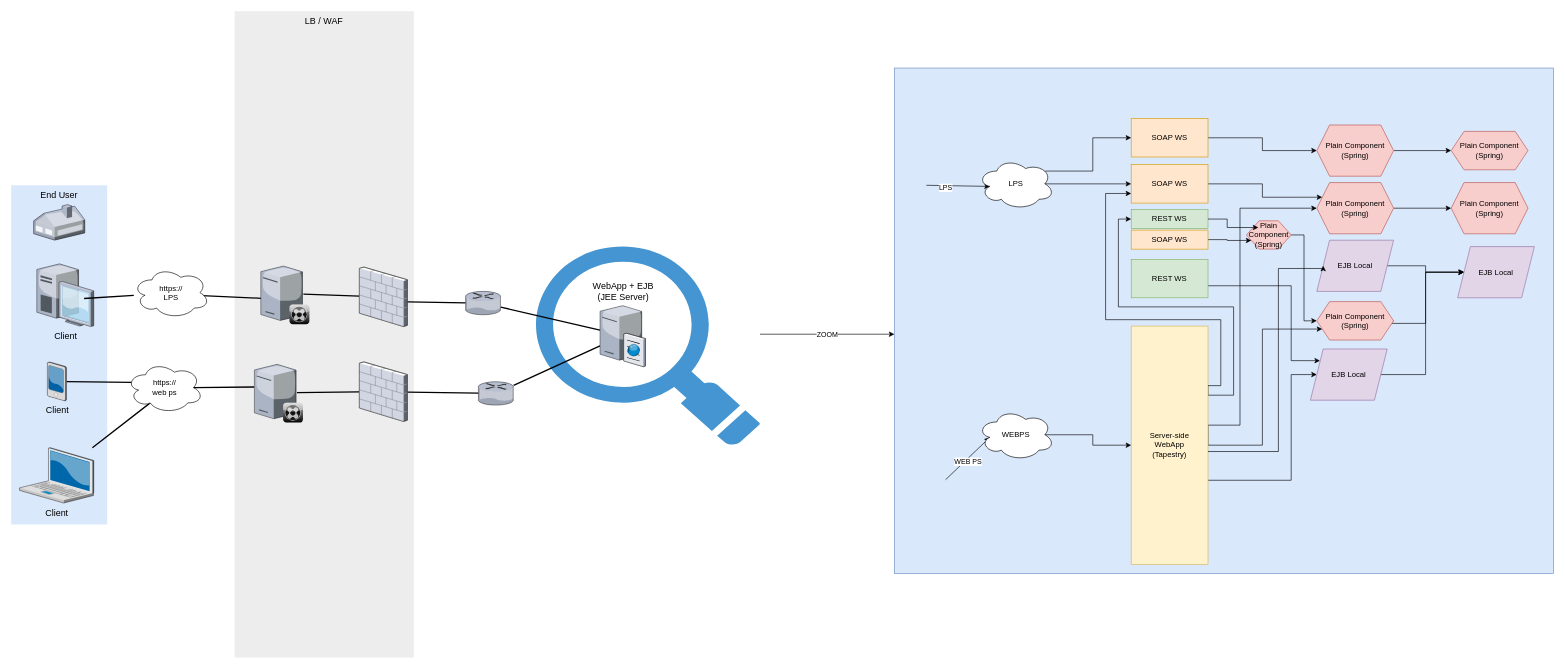
YannRobert/draw.io keeps this draw.io diagram as v2 transformation etape 3.drawio. Above is the earlier version. Source tidied: cells renumbered, new cells numbered last; positions are measured from the earlier drawing's top-left corner, leaving out a move shared by most shapes. Both pictures are drawn from the tidied source at 64%, with x=0, y=0 at pixel (11, 11).
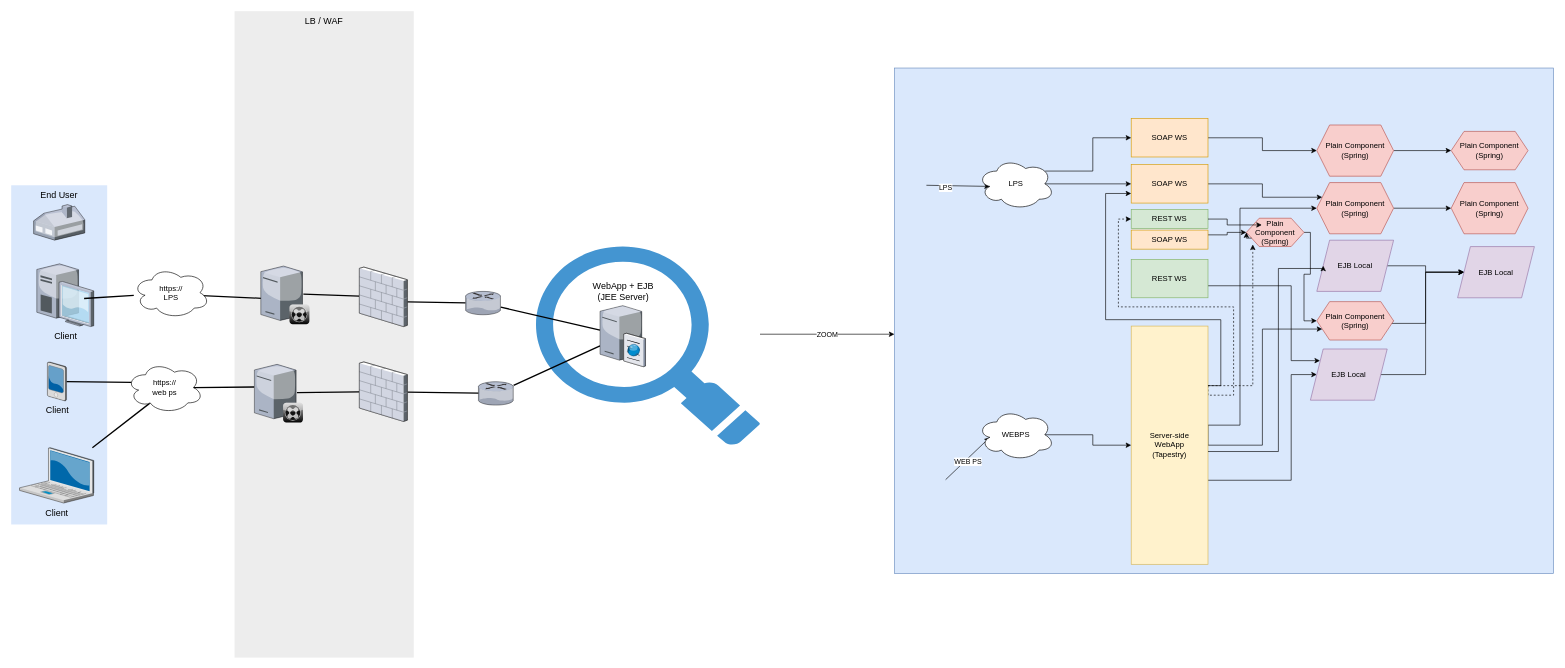
The same page after the edit.

Commit message:
Mettre à jour v2 transformation etape 3.drawio

Unchanged cells that the change refers to:
```xml
<mxCell id="26" value="Server-side&lt;br&gt;WebApp&lt;br&gt;(Tapestry)" style="rounded=0;whiteSpace=wrap;html=1;fillColor=#fff2cc;strokeColor=#d6b656;" parent="1" vertex="1">
  <mxGeometry x="1750" y="492" width="120" height="372.2" as="geometry" />
</mxCell>
<mxCell id="28" value="SOAP WS" style="rounded=0;whiteSpace=wrap;html=1;fillColor=#ffe6cc;strokeColor=#d79b00;" parent="1" vertex="1">
  <mxGeometry x="1750" y="342" width="120" height="29.8" as="geometry" />
</mxCell>
<mxCell id="48" value="Plain Component&lt;br&gt;(Spring)" style="shape=hexagon;perimeter=hexagonPerimeter2;whiteSpace=wrap;html=1;fixedSize=1;fillColor=#f8cecc;strokeColor=#b85450;" parent="1" vertex="1">
  <mxGeometry x="2040" y="453.8" width="120" height="60" as="geometry" />
</mxCell>
<mxCell id="70" value="REST WS" style="rounded=0;whiteSpace=wrap;html=1;fillColor=#d5e8d4;strokeColor=#82b366;" parent="1" vertex="1">
  <mxGeometry x="1750" y="309.8" width="120" height="30" as="geometry" />
</mxCell>
```

Diff of the diagram source:
```diff
@@
-    <mxCell id="24" style="edgeStyle=orthogonalEdgeStyle;rounded=0;jettySize=auto;html=1;exitX=1;exitY=0.25;exitDx=0;exitDy=0;entryX=0;entryY=0.5;entryDx=0;entryDy=0;" parent="1" edge="1" source="26" target="70">
+    <mxCell id="24" style="edgeStyle=orthogonalEdgeStyle;rounded=0;jettySize=auto;html=1;exitX=1;exitY=0.25;exitDx=0;exitDy=0;entryX=0;entryY=0.5;entryDx=0;entryDy=0;dashed=1;" parent="1" edge="1" source="26" target="70">
       <mxGeometry relative="1" as="geometry">
         <Array as="points">
           <mxPoint x="1870" y="600" />
           <mxPoint x="1910" y="600" />
           <mxPoint x="1910" y="462" />
           <mxPoint x="1730" y="462" />
           <mxPoint x="1730" y="325" />
         </Array>
       </mxGeometry>
     </mxCell>
@@
-    <mxCell id="27" style="edgeStyle=orthogonalEdgeStyle;rounded=0;jettySize=auto;html=1;exitX=1;exitY=0.5;exitDx=0;exitDy=0;entryX=0;entryY=0.75;entryDx=0;entryDy=0;" parent="1" edge="1" source="28" target="69">
+    <mxCell id="27" style="edgeStyle=orthogonalEdgeStyle;rounded=0;jettySize=auto;html=1;exitX=1;exitY=0.25;exitDx=0;exitDy=0;entryX=0;entryY=0.5;entryDx=0;entryDy=0;" parent="1" edge="1" source="28" target="69">
       <mxGeometry relative="1" as="geometry" />
     </mxCell>
@@
     <mxCell id="68" style="edgeStyle=orthogonalEdgeStyle;rounded=0;jettySize=auto;html=1;exitX=1;exitY=0.5;exitDx=0;exitDy=0;entryX=0;entryY=0.5;entryDx=0;entryDy=0;" parent="1" edge="1" source="69" target="48">
-      <mxGeometry relative="1" as="geometry" />
+      <mxGeometry relative="1" as="geometry">
+        <Array as="points">
+          <mxPoint x="2030" y="346" />
+          <mxPoint x="2030" y="411" />
+          <mxPoint x="2020" y="411" />
+          <mxPoint x="2020" y="484" />
+        </Array>
+      </mxGeometry>
     </mxCell>
     <mxCell id="69" value="Plain Component&lt;br style=&quot;border-color: var(--border-color);&quot;&gt;(Spring)" style="shape=hexagon;perimeter=hexagonPerimeter2;whiteSpace=wrap;html=1;fixedSize=1;fillColor=#f8cecc;strokeColor=#b85450;" parent="1" vertex="1">
-      <mxGeometry x="1930" y="327.5" width="70" height="44.2" as="geometry" />
+      <mxGeometry x="1930" y="323.5" width="90" height="44.2" as="geometry" />
     </mxCell>
@@
+    <mxCell id="72" style="edgeStyle=orthogonalEdgeStyle;rounded=0;orthogonalLoop=1;jettySize=auto;html=1;exitX=0;exitY=0.75;exitDx=0;exitDy=0;entryX=0;entryY=0.5;entryDx=0;entryDy=0;" parent="1" edge="1" source="69" target="69">
+      <mxGeometry relative="1" as="geometry" />
+    </mxCell>
+    <mxCell id="73" style="edgeStyle=orthogonalEdgeStyle;rounded=0;jettySize=auto;html=1;exitX=1;exitY=0.25;exitDx=0;exitDy=0;entryX=0.111;entryY=0.93;entryDx=0;entryDy=0;entryPerimeter=0;dashed=1;" parent="1" edge="1" source="26" target="69">
+      <mxGeometry relative="1" as="geometry" />
+    </mxCell>
```
